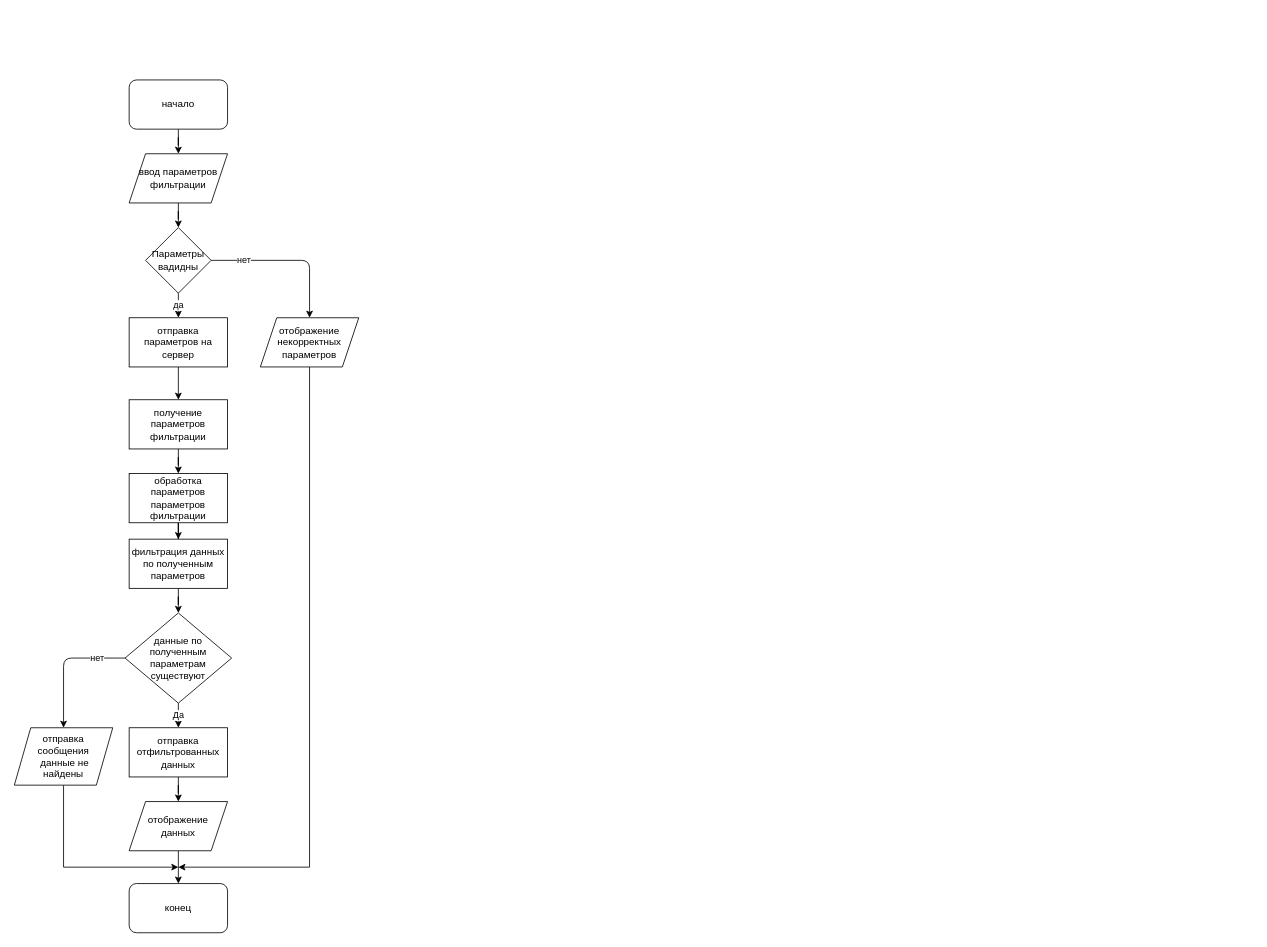
The draw.io diagram сжема алгоритма.drawio in EgorKrs/Asmodeus_app, before the edit. Source tidied: cells renumbered, new cells numbered last; positions are measured from the earlier drawing's top-left corner, leaving out a move shared by most shapes. Both pictures are drawn from the tidied source at 82%, with x=0, y=0 at pixel (14, 80).
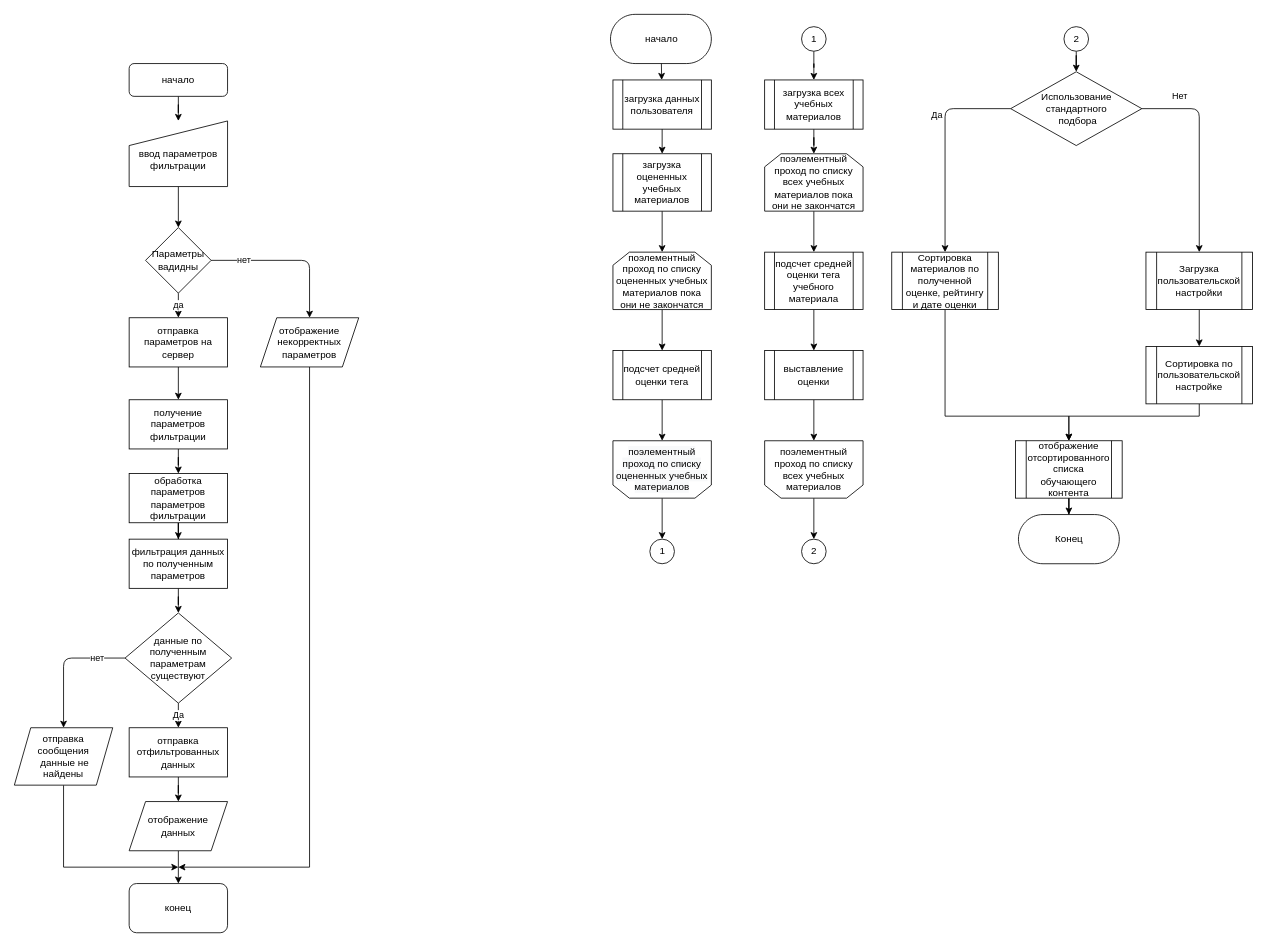
The same diagram, later.

Unchanged cells that the change refers to:
```xml
<mxCell id="17" value="Параметры вадидны" style="rhombus;whiteSpace=wrap;html=1;" parent="1" vertex="1">
  <mxGeometry x="160" y="180" width="80" height="80" as="geometry" />
</mxCell>
```

What changed in the source:
```diff
@@
     <mxCell id="3" value="начало" style="rounded=1;whiteSpace=wrap;html=1;" parent="1" vertex="1">
-      <mxGeometry x="140" width="120" height="60" as="geometry" />
+      <mxGeometry x="140" y="-20" width="120" height="40" as="geometry" />
     </mxCell>
-    <mxCell id="4" value="ввод параметров фильтрации" style="shape=parallelogram;perimeter=parallelogramPerimeter;whiteSpace=wrap;html=1;fixedSize=1;" parent="1" vertex="1">
-      <mxGeometry x="140" y="90" width="120" height="60" as="geometry" />
-    </mxCell>
@@
-    <mxCell id="28" style="edgeStyle=orthogonalEdgeStyle;rounded=0;jettySize=auto;html=1;" parent="1" edge="1" source="4" target="17">
+    <mxCell id="28" style="edgeStyle=orthogonalEdgeStyle;rounded=0;jettySize=auto;html=1;exitX=0.5;exitY=1;exitDx=0;exitDy=0;" parent="1" edge="1" source="4" target="17">
       <mxGeometry relative="1" as="geometry" />
     </mxCell>
+    <mxCell id="4" value="&lt;span&gt;&lt;br&gt;ввод параметров фильтрации&lt;/span&gt;" style="shape=manualInput;whiteSpace=wrap;html=1;" parent="1" vertex="1">
+      <mxGeometry x="140" y="50" width="120" height="80" as="geometry" />
+    </mxCell>
+    <mxCell id="29" value="загрузка данных пользователя" style="shape=process;whiteSpace=wrap;html=1;backgroundOutline=1;" parent="1" vertex="1">
+      <mxGeometry x="730" width="120" height="60" as="geometry" />
+    </mxCell>
+    <mxCell id="30" style="edgeStyle=orthogonalEdgeStyle;rounded=0;jettySize=auto;html=1;" parent="1" edge="1" source="31" target="36">
+      <mxGeometry relative="1" as="geometry" />
+    </mxCell>
+    <mxCell id="31" value="загрузка оцененных учебных материалов" style="shape=process;whiteSpace=wrap;html=1;backgroundOutline=1;" parent="1" vertex="1">
+      <mxGeometry x="730" y="90" width="120" height="70" as="geometry" />
+    </mxCell>
+    <mxCell id="32" value="&lt;span&gt;начало&lt;/span&gt;" style="html=1;dashed=0;whitespace=wrap;shape=mxgraph.dfd.start;" parent="1" vertex="1">
+      <mxGeometry x="727" y="-80" width="123" height="60" as="geometry" />
+    </mxCell>
+    <mxCell id="33" style="edgeStyle=orthogonalEdgeStyle;rounded=0;jettySize=auto;html=1;" parent="1" edge="1" source="34" target="42">
+      <mxGeometry relative="1" as="geometry" />
+    </mxCell>
+    <mxCell id="34" value="загрузка всех учебных материалов" style="shape=process;whiteSpace=wrap;html=1;backgroundOutline=1;" parent="1" vertex="1">
+      <mxGeometry x="915" width="120" height="60" as="geometry" />
+    </mxCell>
+    <mxCell id="35" style="edgeStyle=orthogonalEdgeStyle;rounded=0;jettySize=auto;html=1;" parent="1" edge="1" source="36" target="38">
+      <mxGeometry relative="1" as="geometry" />
+    </mxCell>
+    <mxCell id="36" value="поэлементный проход по списку оцененных учебных материалов пока они не закончатся" style="shape=loopLimit;whiteSpace=wrap;html=1;" parent="1" vertex="1">
+      <mxGeometry x="730" y="210" width="120" height="70" as="geometry" />
+    </mxCell>
+    <mxCell id="37" style="edgeStyle=orthogonalEdgeStyle;rounded=0;jettySize=auto;html=1;" parent="1" edge="1" source="38" target="40">
+      <mxGeometry relative="1" as="geometry" />
+    </mxCell>
+    <mxCell id="38" value="подсчет средней оценки тега" style="shape=process;whiteSpace=wrap;html=1;backgroundOutline=1;" parent="1" vertex="1">
+      <mxGeometry x="730" y="330" width="120" height="60" as="geometry" />
+    </mxCell>
+    <mxCell id="39" style="edgeStyle=orthogonalEdgeStyle;rounded=0;jettySize=auto;html=1;" parent="1" edge="1" source="40" target="62">
+      <mxGeometry relative="1" as="geometry" />
+    </mxCell>
+    <mxCell id="40" value="&lt;span style=&quot;background-color: rgb(248 , 249 , 250)&quot;&gt;поэлементный проход по списку оцененных учебных материалов&lt;/span&gt;" style="shape=loopLimit;whiteSpace=wrap;html=1;rotation=0;direction=west;size=20;" parent="1" vertex="1">
+      <mxGeometry x="730" y="440" width="120" height="70" as="geometry" />
+    </mxCell>
+    <mxCell id="41" style="edgeStyle=orthogonalEdgeStyle;rounded=0;jettySize=auto;html=1;" parent="1" edge="1" source="42" target="44">
+      <mxGeometry relative="1" as="geometry" />
+    </mxCell>
+    <mxCell id="42" value="поэлементный проход по списку всех учебных материалов пока они не закончатся" style="shape=loopLimit;whiteSpace=wrap;html=1;" parent="1" vertex="1">
+      <mxGeometry x="915" y="90" width="120" height="70" as="geometry" />
+    </mxCell>
+    <mxCell id="43" style="edgeStyle=orthogonalEdgeStyle;rounded=0;jettySize=auto;html=1;" parent="1" edge="1" source="44" target="46">
+      <mxGeometry relative="1" as="geometry" />
+    </mxCell>
+    <mxCell id="44" value="подсчет средней оценки тега учебного материала" style="shape=process;whiteSpace=wrap;html=1;backgroundOutline=1;" parent="1" vertex="1">
+      <mxGeometry x="915" y="210" width="120" height="70" as="geometry" />
+    </mxCell>
+    <mxCell id="45" style="edgeStyle=orthogonalEdgeStyle;rounded=0;jettySize=auto;html=1;" parent="1" edge="1" source="46" target="48">
+      <mxGeometry relative="1" as="geometry" />
+    </mxCell>
+    <mxCell id="46" value="выставление оценки" style="shape=process;whiteSpace=wrap;html=1;backgroundOutline=1;" parent="1" vertex="1">
+      <mxGeometry x="915" y="330" width="120" height="60" as="geometry" />
+    </mxCell>
+    <mxCell id="47" style="edgeStyle=orthogonalEdgeStyle;rounded=0;jettySize=auto;html=1;" parent="1" edge="1" source="48" target="65">
+      <mxGeometry relative="1" as="geometry" />
+    </mxCell>
+    <mxCell id="48" value="поэлементный проход по списку всех учебных материалов" style="shape=loopLimit;whiteSpace=wrap;html=1;rotation=0;direction=west;size=20;" parent="1" vertex="1">
+      <mxGeometry x="915" y="440" width="120" height="70" as="geometry" />
+    </mxCell>
+    <mxCell id="49" style="edgeStyle=orthogonalEdgeStyle;rounded=0;jettySize=auto;html=1;" parent="1" edge="1" source="50" target="59">
+      <mxGeometry relative="1" as="geometry">
+        <Array as="points">
+          <mxPoint x="1135" y="410" />
+          <mxPoint x="1286" y="410" />
+        </Array>
+      </mxGeometry>
+    </mxCell>
+    <mxCell id="50" value="Сортировка материалов по полученной оценке, рейтингу и дате оценки" style="shape=process;whiteSpace=wrap;html=1;backgroundOutline=1;" parent="1" vertex="1">
+      <mxGeometry x="1070" y="210" width="130" height="70" as="geometry" />
+    </mxCell>
+    <mxCell id="51" value="Использование &lt;br&gt;стандартного&lt;br&gt;&amp;nbsp;подбора" style="shape=rhombus;html=1;dashed=0;whitespace=wrap;perimeter=rhombusPerimeter;" parent="1" vertex="1">
+      <mxGeometry x="1215" y="-10" width="160" height="90" as="geometry" />
+    </mxCell>
+    <mxCell id="52" value="Да" style="endArrow=classic;html=1;entryX=0.5;entryY=0;entryDx=0;entryDy=0;" parent="1" edge="1" source="51" target="50">
+      <mxGeometry x="-0.31" y="-10" relative="1" as="geometry">
+        <Array as="points">
+          <mxPoint x="1135" y="35" />
+        </Array>
+      </mxGeometry>
+    </mxCell>
+    <mxCell id="53" style="edgeStyle=orthogonalEdgeStyle;rounded=0;jettySize=auto;html=1;" parent="1" edge="1" source="54" target="57">
+      <mxGeometry relative="1" as="geometry" />
+    </mxCell>
+    <mxCell id="54" value="Загрузка пользовательской настройки" style="shape=process;whiteSpace=wrap;html=1;backgroundOutline=1;" parent="1" vertex="1">
+      <mxGeometry x="1380" y="210" width="130" height="70" as="geometry" />
+    </mxCell>
+    <mxCell id="55" value="Нет" style="endArrow=classic;html=1;entryX=0.5;entryY=0;entryDx=0;entryDy=0;exitX=1;exitY=0.5;exitDx=0;exitDy=0;" parent="1" edge="1" source="51" target="54">
+      <mxGeometry x="-0.63" y="15" relative="1" as="geometry">
+        <Array as="points">
+          <mxPoint x="1445" y="35" />
+        </Array>
+        <mxPoint x="1" as="offset" />
+      </mxGeometry>
+    </mxCell>
+    <mxCell id="56" style="edgeStyle=orthogonalEdgeStyle;rounded=0;jettySize=auto;html=1;" parent="1" edge="1" source="57" target="59">
+      <mxGeometry relative="1" as="geometry">
+        <Array as="points">
+          <mxPoint x="1445" y="410" />
+          <mxPoint x="1286" y="410" />
+        </Array>
+      </mxGeometry>
+    </mxCell>
+    <mxCell id="57" value="Сортировка по пользовательской настройке" style="shape=process;whiteSpace=wrap;html=1;backgroundOutline=1;" parent="1" vertex="1">
+      <mxGeometry x="1380" y="325" width="130" height="70" as="geometry" />
+    </mxCell>
+    <mxCell id="58" style="edgeStyle=orthogonalEdgeStyle;rounded=0;jettySize=auto;html=1;" parent="1" edge="1" source="59" target="68">
+      <mxGeometry relative="1" as="geometry" />
+    </mxCell>
+    <mxCell id="59" value="отображение отсортированного списка обучающего контента" style="shape=process;whiteSpace=wrap;html=1;backgroundOutline=1;" parent="1" vertex="1">
+      <mxGeometry x="1221" y="440" width="130" height="70" as="geometry" />
+    </mxCell>
+    <mxCell id="60" style="endArrow=classic;html=1;" parent="1" edge="1" source="29" target="31">
+      <mxGeometry relative="1" as="geometry" />
+    </mxCell>
+    <mxCell id="61" style="endArrow=classic;html=1;" parent="1" edge="1" source="32" target="29">
+      <mxGeometry relative="1" as="geometry" />
+    </mxCell>
+    <mxCell id="62" value="1" style="shape=ellipse;html=1;dashed=0;whitespace=wrap;perimeter=ellipsePerimeter;" parent="1" vertex="1">
+      <mxGeometry x="775" y="560" width="30" height="30" as="geometry" />
+    </mxCell>
+    <mxCell id="63" style="edgeStyle=orthogonalEdgeStyle;rounded=0;jettySize=auto;html=1;" parent="1" edge="1" source="64" target="34">
+      <mxGeometry relative="1" as="geometry" />
+    </mxCell>
+    <mxCell id="64" value="1" style="shape=ellipse;html=1;dashed=0;whitespace=wrap;perimeter=ellipsePerimeter;" parent="1" vertex="1">
+      <mxGeometry x="960" y="-65" width="30" height="30" as="geometry" />
+    </mxCell>
+    <mxCell id="65" value="2" style="shape=ellipse;html=1;dashed=0;whitespace=wrap;perimeter=ellipsePerimeter;" parent="1" vertex="1">
+      <mxGeometry x="960" y="560" width="30" height="30" as="geometry" />
+    </mxCell>
+    <mxCell id="66" style="edgeStyle=orthogonalEdgeStyle;rounded=0;jettySize=auto;html=1;" parent="1" edge="1" source="67" target="51">
+      <mxGeometry relative="1" as="geometry" />
+    </mxCell>
+    <mxCell id="67" value="2" style="shape=ellipse;html=1;dashed=0;whitespace=wrap;perimeter=ellipsePerimeter;" parent="1" vertex="1">
+      <mxGeometry x="1280" y="-65" width="30" height="30" as="geometry" />
+    </mxCell>
+    <mxCell id="68" value="&lt;span&gt;Конец&lt;/span&gt;" style="html=1;dashed=0;whitespace=wrap;shape=mxgraph.dfd.start;" parent="1" vertex="1">
+      <mxGeometry x="1224.5" y="530" width="123" height="60" as="geometry" />
+    </mxCell>
```
